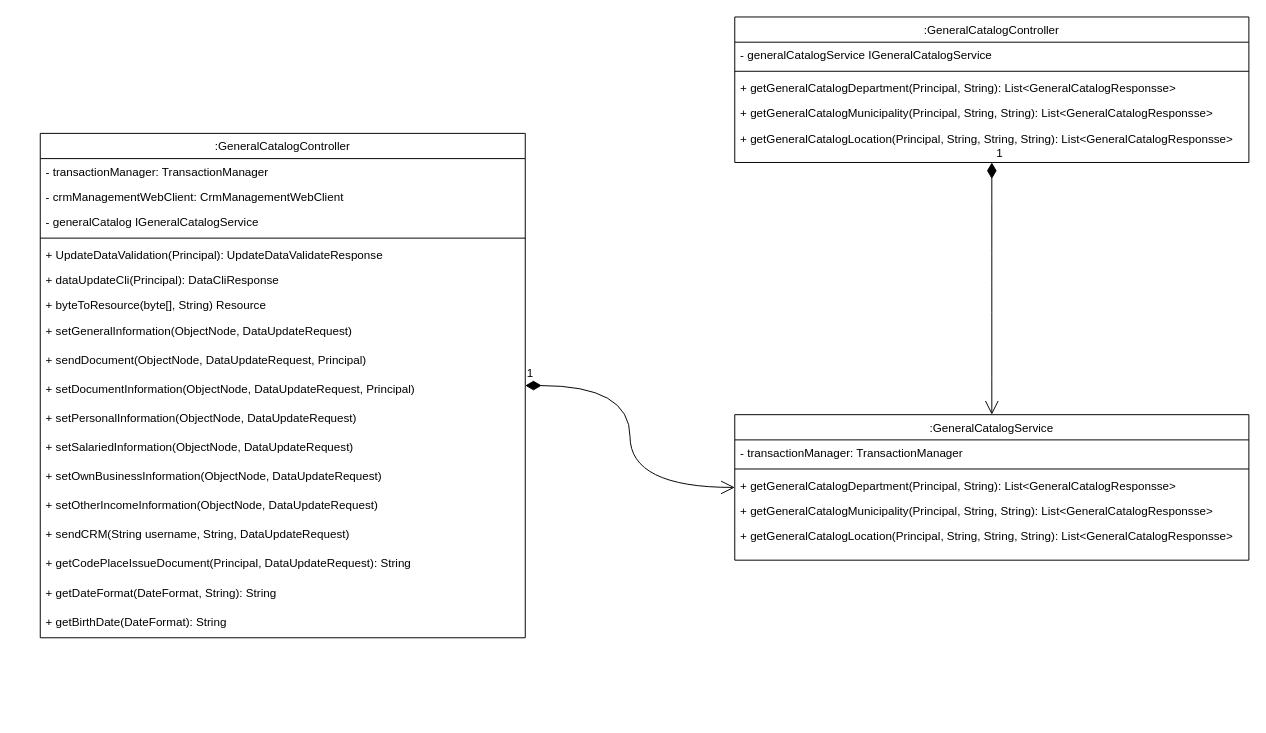
Above: Diagrama de clases Actu-datos.drawio in StevenGpByte/ActualizacionDatos (draw.io), before the change. Source tidied: cells renumbered, new cells numbered last; positions are measured from the earlier drawing's top-left corner, leaving out a move shared by most shapes. Both pictures are drawn from the tidied source at 97%, with x=0, y=0 at pixel (40, 16).
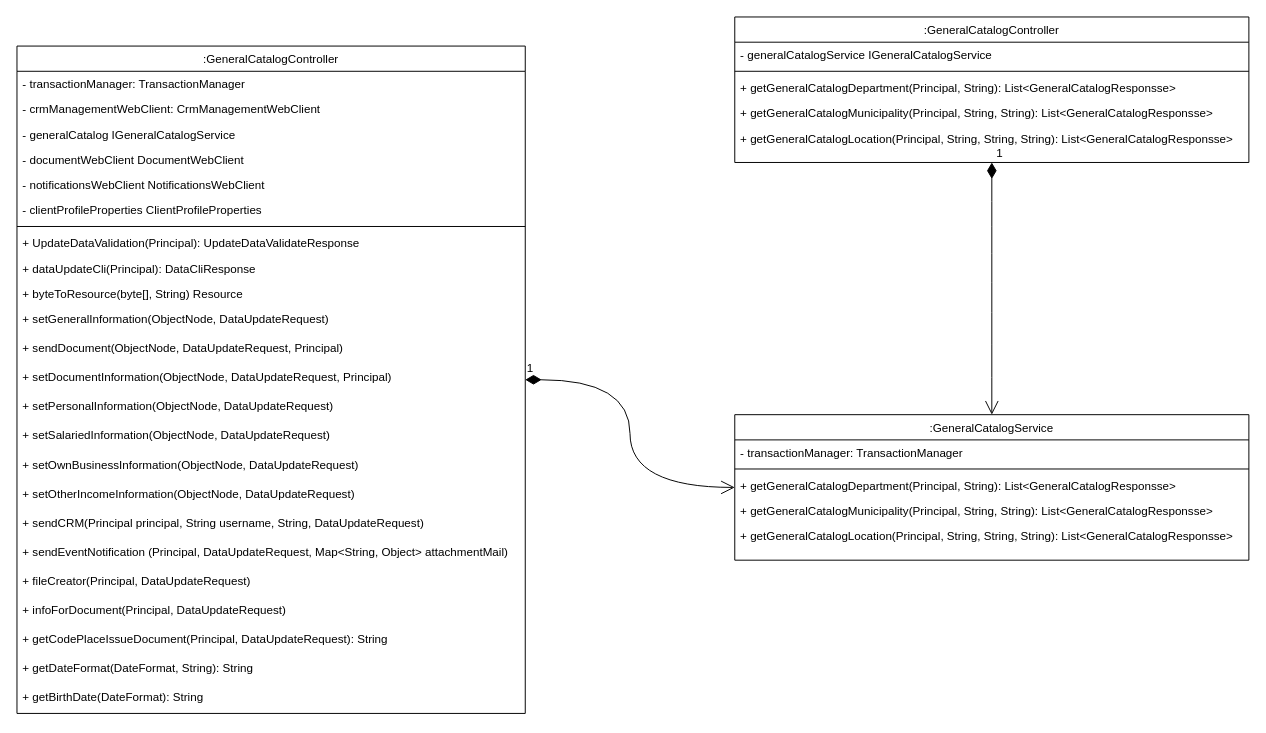
The same page after the edit.

The edit, as a diff of the source:
```diff
@@
     <mxCell id="8" value=":GeneralCatalogController" style="swimlane;fontStyle=0;align=center;verticalAlign=top;horizontal=1;startSize=26;rounded=0;shadow=0;strokeWidth=1;" parent="1" vertex="1">
-      <mxGeometry y="120" width="500" height="520" as="geometry" />
+      <mxGeometry x="-24" y="30" width="524" height="688" as="geometry" />
     </mxCell>
     <mxCell id="9" value="- transactionManager: TransactionManager    " style="text;align=left;verticalAlign=top;spacingLeft=4;spacingRight=4;overflow=hidden;" parent="8" vertex="1">
-      <mxGeometry y="26" width="500" height="26" as="geometry" />
+      <mxGeometry y="26" width="524" height="26" as="geometry" />
     </mxCell>
     <mxCell id="10" value="- crmManagementWebClient: CrmManagementWebClient" style="text;align=left;verticalAlign=top;spacingLeft=4;spacingRight=4;overflow=hidden;" parent="8" vertex="1">
-      <mxGeometry y="52" width="500" height="26" as="geometry" />
+      <mxGeometry y="52" width="524" height="26" as="geometry" />
     </mxCell>
     <mxCell id="11" value="- generalCatalog IGeneralCatalogService" style="text;align=left;verticalAlign=top;spacingLeft=4;spacingRight=4;overflow=hidden;" parent="8" vertex="1">
-      <mxGeometry y="78" width="500" height="26" as="geometry" />
+      <mxGeometry y="78" width="524" height="26" as="geometry" />
     </mxCell>
+    <mxCell id="35" value="- documentWebClient DocumentWebClient    " style="text;align=left;verticalAlign=top;spacingLeft=4;spacingRight=4;overflow=hidden;" parent="8" vertex="1">
+      <mxGeometry y="104" width="524" height="26" as="geometry" />
+    </mxCell>
+    <mxCell id="36" value="- notificationsWebClient NotificationsWebClient" style="text;align=left;verticalAlign=top;spacingLeft=4;spacingRight=4;overflow=hidden;" parent="8" vertex="1">
+      <mxGeometry y="130" width="524" height="26" as="geometry" />
+    </mxCell>
+    <mxCell id="37" value="- clientProfileProperties ClientProfileProperties" style="text;align=left;verticalAlign=top;spacingLeft=4;spacingRight=4;overflow=hidden;" parent="8" vertex="1">
+      <mxGeometry y="156" width="524" height="26" as="geometry" />
+    </mxCell>
     <mxCell id="12" style="line;html=1;strokeWidth=1;align=left;verticalAlign=middle;spacingTop=-1;spacingLeft=3;spacingRight=3;labelPosition=right;" parent="8" vertex="1">
-      <mxGeometry y="104" width="500" height="8" as="geometry" />
+      <mxGeometry y="182" width="524" height="8" as="geometry" />
     </mxCell>
     <mxCell id="13" value="+ UpdateDataValidation(Principal): UpdateDataValidateResponse" style="text;align=left;verticalAlign=top;spacingLeft=4;spacingRight=4;overflow=hidden;" parent="8" vertex="1">
-      <mxGeometry y="112" width="500" height="26" as="geometry" />
+      <mxGeometry y="190" width="524" height="26" as="geometry" />
     </mxCell>
     <mxCell id="14" value="+ dataUpdateCli(Principal): DataCliResponse" style="text;align=left;verticalAlign=top;spacingLeft=4;spacingRight=4;overflow=hidden;" parent="8" vertex="1">
-      <mxGeometry y="138" width="500" height="26" as="geometry" />
+      <mxGeometry y="216" width="524" height="26" as="geometry" />
     </mxCell>
     <mxCell id="15" value="+ byteToResource(byte[], String) Resource" style="text;align=left;verticalAlign=top;spacingLeft=4;spacingRight=4;overflow=hidden;" parent="8" vertex="1">
-      <mxGeometry y="164" width="500" height="26" as="geometry" />
+      <mxGeometry y="242" width="524" height="26" as="geometry" />
     </mxCell>
     <mxCell id="16" value="+ setGeneralInformation(ObjectNode, DataUpdateRequest)" style="text;align=left;verticalAlign=top;spacingLeft=4;spacingRight=4;overflow=hidden;" parent="8" vertex="1">
-      <mxGeometry y="190" width="500" height="30" as="geometry" />
+      <mxGeometry y="268" width="524" height="30" as="geometry" />
     </mxCell>
     <mxCell id="17" value="+ sendDocument(ObjectNode, DataUpdateRequest, Principal)" style="text;align=left;verticalAlign=top;spacingLeft=4;spacingRight=4;overflow=hidden;" parent="8" vertex="1">
-      <mxGeometry y="220" width="500" height="30" as="geometry" />
+      <mxGeometry y="298" width="524" height="30" as="geometry" />
     </mxCell>
     <mxCell id="18" value="+ setDocumentInformation(ObjectNode, DataUpdateRequest, Principal)" style="text;align=left;verticalAlign=top;spacingLeft=4;spacingRight=4;overflow=hidden;" parent="8" vertex="1">
-      <mxGeometry y="250" width="500" height="30" as="geometry" />
+      <mxGeometry y="328" width="524" height="30" as="geometry" />
     </mxCell>
     <mxCell id="19" value="+ setPersonalInformation(ObjectNode, DataUpdateRequest)" style="text;align=left;verticalAlign=top;spacingLeft=4;spacingRight=4;overflow=hidden;" parent="8" vertex="1">
-      <mxGeometry y="280" width="500" height="30" as="geometry" />
+      <mxGeometry y="358" width="524" height="30" as="geometry" />
     </mxCell>
     <mxCell id="20" value="+ setSalariedInformation(ObjectNode, DataUpdateRequest)" style="text;align=left;verticalAlign=top;spacingLeft=4;spacingRight=4;overflow=hidden;" parent="8" vertex="1">
-      <mxGeometry y="310" width="500" height="30" as="geometry" />
+      <mxGeometry y="388" width="524" height="30" as="geometry" />
     </mxCell>
     <mxCell id="21" value="+ setOwnBusinessInformation(ObjectNode, DataUpdateRequest)" style="text;align=left;verticalAlign=top;spacingLeft=4;spacingRight=4;overflow=hidden;" parent="8" vertex="1">
-      <mxGeometry y="340" width="500" height="30" as="geometry" />
+      <mxGeometry y="418" width="524" height="30" as="geometry" />
     </mxCell>
     <mxCell id="22" value="+ setOtherIncomeInformation(ObjectNode, DataUpdateRequest)" style="text;align=left;verticalAlign=top;spacingLeft=4;spacingRight=4;overflow=hidden;" parent="8" vertex="1">
-      <mxGeometry y="370" width="500" height="30" as="geometry" />
+      <mxGeometry y="448" width="524" height="30" as="geometry" />
     </mxCell>
-    <mxCell id="23" value="+ sendCRM(String username, String, DataUpdateRequest)" style="text;align=left;verticalAlign=top;spacingLeft=4;spacingRight=4;overflow=hidden;" parent="8" vertex="1">
-      <mxGeometry y="400" width="500" height="30" as="geometry" />
+    <mxCell id="23" value="+ sendCRM(Principal principal, String username, String, DataUpdateRequest)" style="text;align=left;verticalAlign=top;spacingLeft=4;spacingRight=4;overflow=hidden;" parent="8" vertex="1">
+      <mxGeometry y="478" width="524" height="30" as="geometry" />
     </mxCell>
+    <mxCell id="38" value="+ sendEventNotification (Principal, DataUpdateRequest, Map&lt;String, Object&gt; attachmentMail)" style="text;align=left;verticalAlign=top;spacingLeft=4;spacingRight=4;overflow=hidden;" parent="8" vertex="1">
+      <mxGeometry y="508" width="524" height="30" as="geometry" />
+    </mxCell>
+    <mxCell id="39" value="+ fileCreator(Principal, DataUpdateRequest)" style="text;align=left;verticalAlign=top;spacingLeft=4;spacingRight=4;overflow=hidden;" parent="8" vertex="1">
+      <mxGeometry y="538" width="524" height="30" as="geometry" />
+    </mxCell>
+    <mxCell id="40" value="+ infoForDocument(Principal, DataUpdateRequest)" style="text;align=left;verticalAlign=top;spacingLeft=4;spacingRight=4;overflow=hidden;" parent="8" vertex="1">
+      <mxGeometry y="568" width="524" height="30" as="geometry" />
+    </mxCell>
     <mxCell id="24" value="+ getCodePlaceIssueDocument(Principal, DataUpdateRequest): String" style="text;align=left;verticalAlign=top;spacingLeft=4;spacingRight=4;overflow=hidden;" parent="8" vertex="1">
-      <mxGeometry y="430" width="500" height="30" as="geometry" />
+      <mxGeometry y="598" width="524" height="30" as="geometry" />
     </mxCell>
     <mxCell id="25" value="+ getDateFormat(DateFormat, String): String" style="text;align=left;verticalAlign=top;spacingLeft=4;spacingRight=4;overflow=hidden;" parent="8" vertex="1">
-      <mxGeometry y="460" width="500" height="30" as="geometry" />
+      <mxGeometry y="628" width="524" height="30" as="geometry" />
     </mxCell>
     <mxCell id="26" value="+ getBirthDate(DateFormat): String" style="text;align=left;verticalAlign=top;spacingLeft=4;spacingRight=4;overflow=hidden;" parent="8" vertex="1">
-      <mxGeometry y="490" width="500" height="30" as="geometry" />
+      <mxGeometry y="658" width="524" height="30" as="geometry" />
     </mxCell>
```
